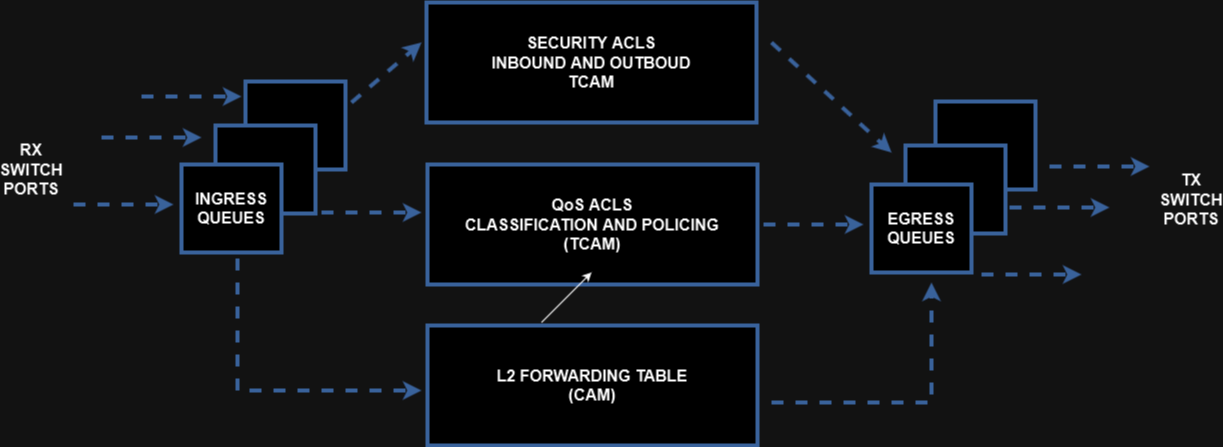
Above: CCNP 350-401 ENCOR/01 - Architecture/02 - Processo de Encaminhamento/07 - MAC Address Table e TCAM/Imagens/fluxograma.png in alcancil/Cisco (draw.io), before the change. Source tidied: cells renumbered, new cells last; positions are measured from the earlier drawing's top-left corner, leaving out a move shared by most shapes.
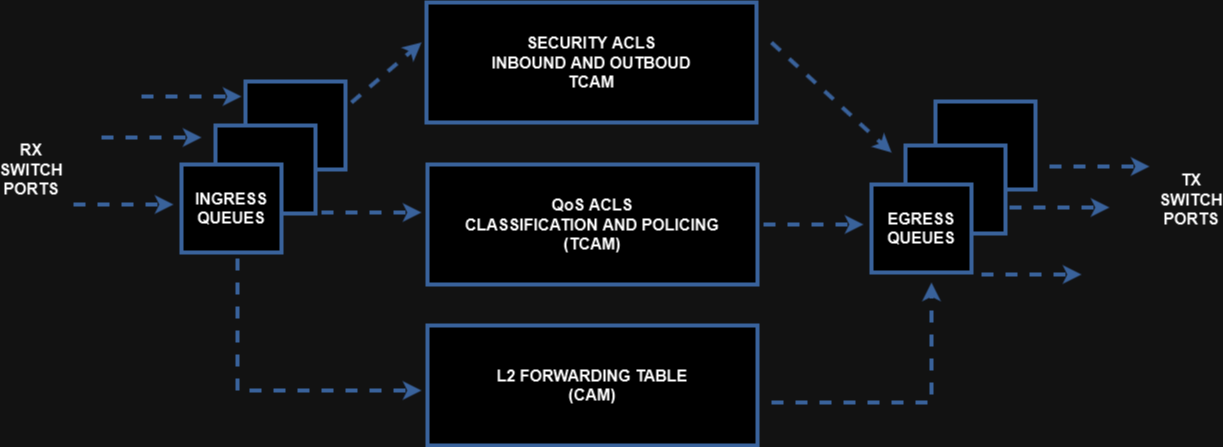
After the commit.

Commit message:
Alterado o arquivo readme.md

Diff of the diagram source:
```diff
@@ -110,12 +110,6 @@
     <mxCell id="23" value="&lt;div&gt;RX&lt;/div&gt;&lt;div&gt;SWITCH&lt;/div&gt;&lt;div&gt;PORTS&lt;br&gt;&lt;/div&gt;" style="text;html=1;strokeColor=none;fillColor=none;align=center;verticalAlign=middle;whiteSpace=wrap;rounded=0;fontSize=16;fontStyle=1;" parent="1" vertex="1">
       <mxGeometry y="152" width="60" height="30" as="geometry" />
     </mxCell>
-    <mxCell id="24" style="endArrow=classic;html=1;rounded=0;" parent="1" edge="1">
-      <mxGeometry relative="1" as="geometry">
-        <mxPoint x="540" y="320" as="sourcePoint" />
-        <mxPoint x="590" y="270" as="targetPoint" />
-      </mxGeometry>
-    </mxCell>
     <mxCell id="25" value="&lt;div&gt;TX&lt;/div&gt;&lt;div&gt;SWITCH&lt;/div&gt;&lt;div&gt;PORTS&lt;br&gt;&lt;/div&gt;" style="text;html=1;strokeColor=none;fillColor=none;align=center;verticalAlign=middle;whiteSpace=wrap;rounded=0;fontSize=16;fontStyle=1;" parent="1" vertex="1">
       <mxGeometry x="1160" y="182" width="60" height="30" as="geometry" />
     </mxCell>
```
